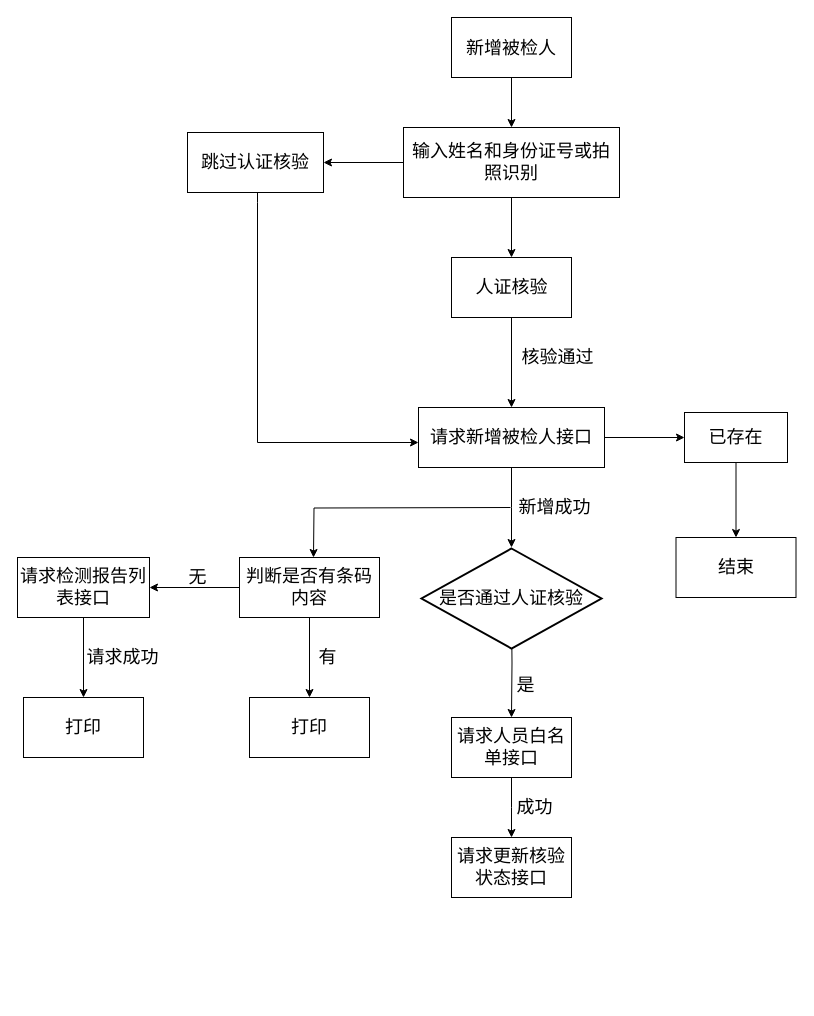
This is page "新增被检人" (1 of 6) of 广纳达康吸毒检测管理APP软件结构图.drawio from lliecho/test, a draw.io file, before an edit. Source tidied: cells renumbered, new cells numbered last; positions are measured from the earlier drawing's top-left corner, leaving out a move shared by most shapes. Both pictures are drawn from the tidied source at 100%, with x=0, y=0 at pixel (17, 17).
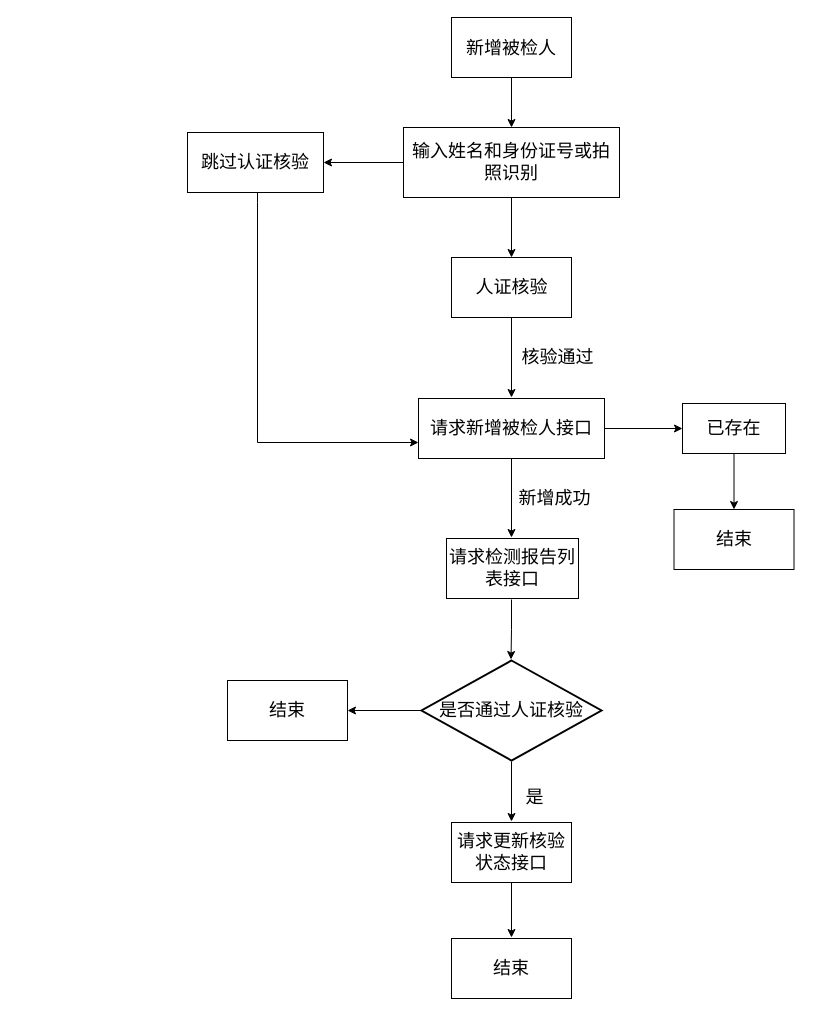
The same page after the edit.

Commit message:
更新广纳达康吸毒检测管理APP软件结构图.drawio

The change refers to these unchanged cells:
```xml
<mxCell id="8" style="whiteSpace=wrap;html=1;fontSize=18;rounded=0;" parent="1" vertex="1">
  <mxGeometry x="434" y="240" width="120" height="60" as="geometry" />
</mxCell>
```

Change to the diagram source:
```diff
@@
-    <mxCell id="7" style="edgeStyle=orthogonalEdgeStyle;rounded=0;jettySize=auto;html=1;fontSize=18;" parent="1" edge="1" source="8" target="13">
-      <mxGeometry relative="1" as="geometry" />
+    <mxCell id="7" style="edgeStyle=orthogonalEdgeStyle;rounded=0;orthogonalLoop=1;jettySize=auto;html=1;fontSize=18;" parent="1" edge="1">
+      <mxGeometry relative="1" as="geometry">
+        <mxPoint x="494" y="290" as="sourcePoint" />
+        <mxPoint x="494" y="380" as="targetPoint" />
+      </mxGeometry>
     </mxCell>
@@
     <mxCell id="12" style="edgeStyle=orthogonalEdgeStyle;rounded=0;jettySize=auto;html=1;fontSize=18;" parent="1" edge="1" source="13">
       <mxGeometry relative="1" as="geometry">
-        <mxPoint x="494" y="530" as="targetPoint" />
+        <mxPoint x="494" y="520" as="targetPoint" />
       </mxGeometry>
     </mxCell>
     <mxCell id="13" value="请求新增被检人接口" style="whiteSpace=wrap;html=1;fontSize=18;rounded=0;" parent="1" vertex="1">
-      <mxGeometry x="401" y="390" width="186" height="60" as="geometry" />
+      <mxGeometry x="401" y="381" width="186" height="60" as="geometry" />
     </mxCell>
@@
     <mxCell id="16" value="已存在" style="whiteSpace=wrap;html=1;fontSize=18;rounded=0;" parent="1" vertex="1">
-      <mxGeometry x="667" y="395" width="103" height="50" as="geometry" />
+      <mxGeometry x="665" y="386" width="103" height="50" as="geometry" />
     </mxCell>
     <mxCell id="17" value="结束" style="whiteSpace=wrap;html=1;fontSize=18;rounded=0;" parent="1" vertex="1">
-      <mxGeometry x="658.5" y="520" width="120" height="60" as="geometry" />
+      <mxGeometry x="656.5" y="492" width="120" height="60" as="geometry" />
     </mxCell>
-    <mxCell id="18" style="edgeStyle=orthogonalEdgeStyle;rounded=0;jettySize=auto;html=1;fontSize=18;" parent="1" edge="1" target="22">
+    <mxCell id="18" style="edgeStyle=orthogonalEdgeStyle;rounded=0;orthogonalLoop=1;jettySize=auto;html=1;fontSize=18;" parent="1" edge="1">
       <mxGeometry relative="1" as="geometry">
-        <mxPoint x="494" y="590" as="sourcePoint" />
+        <mxPoint x="494" y="582" as="sourcePoint" />
+        <mxPoint x="493.5" y="642" as="targetPoint" />
+        <Array as="points">
+          <mxPoint x="494" y="612" />
+        </Array>
       </mxGeometry>
     </mxCell>
-    <mxCell id="19" style="edgeStyle=orthogonalEdgeStyle;rounded=0;orthogonalLoop=1;jettySize=auto;html=1;fontSize=18;" parent="1" edge="1">
-      <mxGeometry relative="1" as="geometry">
-        <mxPoint x="493" y="490" as="sourcePoint" />
-        <mxPoint x="296" y="540" as="targetPoint" />
-      </mxGeometry>
-    </mxCell>
     <mxCell id="20" value="新增成功" style="text;html=1;align=center;verticalAlign=middle;strokeColor=none;fillColor=none;fontSize=18;" parent="1" vertex="1">
-      <mxGeometry x="487" y="470" width="100" height="40" as="geometry" />
+      <mxGeometry x="487" y="461" width="100" height="40" as="geometry" />
     </mxCell>
-    <mxCell id="21" style="edgeStyle=orthogonalEdgeStyle;rounded=0;jettySize=auto;html=1;fontSize=18;" parent="1" edge="1" source="22">
+    <mxCell id="21" style="edgeStyle=orthogonalEdgeStyle;rounded=0;orthogonalLoop=1;jettySize=auto;html=1;fontSize=18;" parent="1" edge="1">
       <mxGeometry relative="1" as="geometry">
-        <mxPoint x="494" y="820" as="targetPoint" />
+        <mxPoint x="494" y="744" as="sourcePoint" />
+        <mxPoint x="494" y="804" as="targetPoint" />
       </mxGeometry>
     </mxCell>
-    <mxCell id="22" value="请求人员白名单接口" style="whiteSpace=wrap;html=1;fontSize=18;rounded=0;" parent="1" vertex="1">
-      <mxGeometry x="434" y="700" width="120" height="60" as="geometry" />
-    </mxCell>
-    <mxCell id="23" value="是" style="text;html=1;align=center;verticalAlign=middle;strokeColor=none;fillColor=none;fontSize=18;" parent="1" vertex="1">
-      <mxGeometry x="488" y="648" width="40" height="40" as="geometry" />
-    </mxCell>
@@
-    <mxCell id="25" style="edgeStyle=orthogonalEdgeStyle;rounded=0;jettySize=auto;html=1;fontSize=18;" parent="1" edge="1" source="27" target="28">
-      <mxGeometry relative="1" as="geometry" />
-    </mxCell>
-    <mxCell id="26" style="edgeStyle=orthogonalEdgeStyle;rounded=0;jettySize=auto;html=1;fontSize=18;" parent="1" edge="1" source="27" target="31">
-      <mxGeometry relative="1" as="geometry" />
-    </mxCell>
-    <mxCell id="27" value="判断是否有条码内容" style="whiteSpace=wrap;html=1;fontSize=18;" parent="1" vertex="1">
-      <mxGeometry x="222" y="540" width="140" height="60" as="geometry" />
-    </mxCell>
-    <mxCell id="28" value="打印" style="whiteSpace=wrap;html=1;fontSize=18;" parent="1" vertex="1">
-      <mxGeometry x="232" y="680" width="120" height="60" as="geometry" />
+    <mxCell id="28" value="结束" style="whiteSpace=wrap;html=1;fontSize=18;" parent="1" vertex="1">
+      <mxGeometry x="210" y="663" width="120" height="60" as="geometry" />
     </mxCell>
-    <mxCell id="29" value="有" style="text;html=1;align=center;verticalAlign=middle;strokeColor=none;fillColor=none;fontSize=18;" parent="1" vertex="1">
-      <mxGeometry x="290" y="620" width="40" height="40" as="geometry" />
-    </mxCell>
-    <mxCell id="30" style="edgeStyle=orthogonalEdgeStyle;rounded=0;jettySize=auto;html=1;fontSize=18;" parent="1" edge="1" source="31" target="33">
-      <mxGeometry relative="1" as="geometry" />
-    </mxCell>
     <mxCell id="31" value="请求检测报告列表接口" style="whiteSpace=wrap;html=1;fontSize=18;" parent="1" vertex="1">
-      <mxGeometry y="540" width="132" height="60" as="geometry" />
+      <mxGeometry x="429" y="521" width="132" height="60" as="geometry" />
     </mxCell>
-    <mxCell id="32" value="无" style="text;html=1;align=center;verticalAlign=middle;strokeColor=none;fillColor=none;fontSize=18;" parent="1" vertex="1">
-      <mxGeometry x="160" y="540" width="40" height="40" as="geometry" />
-    </mxCell>
-    <mxCell id="33" value="打印" style="whiteSpace=wrap;html=1;fontSize=18;" parent="1" vertex="1">
-      <mxGeometry x="6" y="680" width="120" height="60" as="geometry" />
-    </mxCell>
-    <mxCell id="34" value="请求成功" style="text;html=1;align=center;verticalAlign=middle;strokeColor=none;fillColor=none;fontSize=18;" parent="1" vertex="1">
-      <mxGeometry x="55" y="620" width="100" height="40" as="geometry" />
-    </mxCell>
+    <mxCell id="38" style="edgeStyle=orthogonalEdgeStyle;rounded=0;jettySize=auto;html=1;" parent="1" edge="1" source="35">
+      <mxGeometry relative="1" as="geometry">
+        <mxPoint x="494" y="920" as="targetPoint" />
+      </mxGeometry>
+    </mxCell>
     <mxCell id="35" value="请求更新核验状态接口" style="whiteSpace=wrap;html=1;fontSize=18;rounded=0;" parent="1" vertex="1">
-      <mxGeometry x="434" y="820" width="120" height="60" as="geometry" />
+      <mxGeometry x="434" y="805" width="120" height="60" as="geometry" />
     </mxCell>
-    <mxCell id="36" value="成功" style="text;html=1;align=center;verticalAlign=middle;strokeColor=none;fillColor=none;fontSize=18;" parent="1" vertex="1">
-      <mxGeometry x="487" y="770" width="60" height="40" as="geometry" />
+    <mxCell id="36" value="是" style="text;html=1;align=center;verticalAlign=middle;strokeColor=none;fillColor=none;fontSize=18;" parent="1" vertex="1">
+      <mxGeometry x="497" y="760" width="40" height="40" as="geometry" />
     </mxCell>
+    <mxCell id="39" style="edgeStyle=orthogonalEdgeStyle;rounded=0;jettySize=auto;html=1;" parent="1" edge="1" source="37" target="28">
+      <mxGeometry relative="1" as="geometry" />
+    </mxCell>
     <mxCell id="37" value="是否通过人证核验" style="strokeWidth=2;html=1;shape=mxgraph.flowchart.decision;whiteSpace=wrap;fontSize=18;" parent="1" vertex="1">
-      <mxGeometry x="404" y="531" width="180" height="100" as="geometry" />
+      <mxGeometry x="404" y="643" width="180" height="100" as="geometry" />
     </mxCell>
+    <mxCell id="40" value="结束" style="whiteSpace=wrap;html=1;fontSize=18;rounded=0;" parent="1" vertex="1">
+      <mxGeometry x="434" y="921" width="120" height="60" as="geometry" />
+    </mxCell>
```
